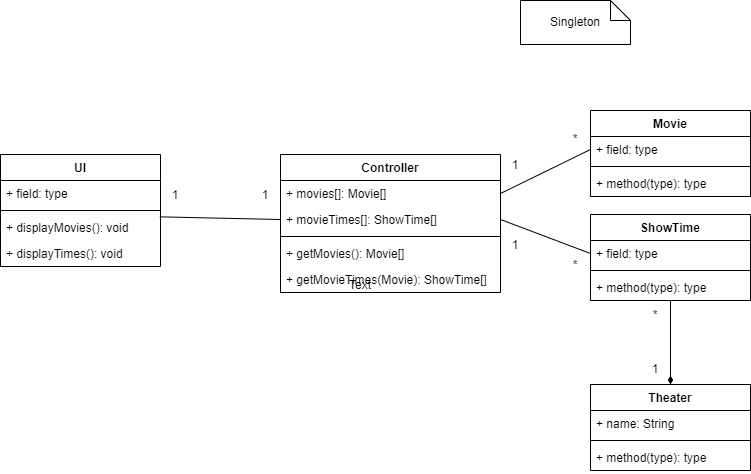
This is TheaterSystem/doc/SingletonClassDiagram.png from mscs-jacky/theater-system, a draw.io export, as it was before one commit. Source tidied: cells renumbered, new cells last; positions are measured from the earlier drawing's top-left corner, leaving out a move shared by most shapes. Source of this version:
```xml
<mxGraphModel>
  <root>
    <mxCell id="0" />
    <mxCell id="1" parent="0" />
    <mxCell id="2" value="UI" style="swimlane;fontStyle=1;align=center;verticalAlign=top;horizontal=1;startSize=26;" parent="1" vertex="1">
      <mxGeometry y="154" width="160" height="112" as="geometry" />
    </mxCell>
    <mxCell id="3" value="+ field: type" style="text;strokeColor=none;fillColor=none;align=left;verticalAlign=top;spacingLeft=4;spacingRight=4;overflow=hidden;" parent="2" vertex="1">
      <mxGeometry y="26" width="160" height="26" as="geometry" />
    </mxCell>
    <mxCell id="4" style="line;strokeWidth=1;fillColor=none;align=left;verticalAlign=middle;spacingTop=-1;spacingLeft=3;spacingRight=3;labelPosition=right;" parent="2" vertex="1">
      <mxGeometry y="52" width="160" height="8" as="geometry" />
    </mxCell>
    <mxCell id="5" value="+ displayMovies(): void" style="text;strokeColor=none;fillColor=none;align=left;verticalAlign=top;spacingLeft=4;spacingRight=4;overflow=hidden;points=[[0,0.5],[1,0.5]];portConstraint=eastwest;" parent="2" vertex="1">
      <mxGeometry y="60" width="160" height="26" as="geometry" />
    </mxCell>
    <mxCell id="6" value="+ displayTimes(): void" style="text;strokeColor=none;fillColor=none;align=left;verticalAlign=top;spacingLeft=4;spacingRight=4;overflow=hidden;" parent="2" vertex="1">
      <mxGeometry y="86" width="160" height="26" as="geometry" />
    </mxCell>
    <mxCell id="7" value="Controller" style="swimlane;fontStyle=1;align=center;verticalAlign=top;horizontal=1;startSize=26;" parent="1" vertex="1">
      <mxGeometry x="280" y="154" width="220" height="138" as="geometry" />
    </mxCell>
    <mxCell id="8" value="+ movies[]: Movie[]" style="text;strokeColor=none;fillColor=none;align=left;verticalAlign=top;spacingLeft=4;spacingRight=4;overflow=hidden;points=[[0,0.5],[1,0.5]];portConstraint=eastwest;" parent="7" vertex="1">
      <mxGeometry y="26" width="220" height="26" as="geometry" />
    </mxCell>
    <mxCell id="9" value="+ movieTimes[]: ShowTime[]" style="text;strokeColor=none;fillColor=none;align=left;verticalAlign=top;spacingLeft=4;spacingRight=4;overflow=hidden;points=[[0,0.5],[1,0.5]];portConstraint=eastwest;" parent="7" vertex="1">
      <mxGeometry y="52" width="220" height="26" as="geometry" />
    </mxCell>
    <mxCell id="10" style="line;strokeWidth=1;fillColor=none;align=left;verticalAlign=middle;spacingTop=-1;spacingLeft=3;spacingRight=3;labelPosition=right;" parent="7" vertex="1">
      <mxGeometry y="78" width="220" height="8" as="geometry" />
    </mxCell>
    <mxCell id="11" value="+ getMovies(): Movie[]" style="text;strokeColor=none;fillColor=none;align=left;verticalAlign=top;spacingLeft=4;spacingRight=4;overflow=hidden;" parent="7" vertex="1">
      <mxGeometry y="86" width="220" height="26" as="geometry" />
    </mxCell>
    <mxCell id="12" value="+ getMovieTimes(Movie): ShowTime[] " style="text;strokeColor=none;fillColor=none;align=left;verticalAlign=top;spacingLeft=4;spacingRight=4;overflow=hidden;" parent="7" vertex="1">
      <mxGeometry y="112" width="220" height="26" as="geometry" />
    </mxCell>
    <mxCell id="13" value="Movie" style="swimlane;fontStyle=1;align=center;verticalAlign=top;horizontal=1;startSize=26;" parent="1" vertex="1">
      <mxGeometry x="590" y="110" width="160" height="86" as="geometry" />
    </mxCell>
    <mxCell id="14" value="+ field: type" style="text;strokeColor=none;fillColor=none;align=left;verticalAlign=top;spacingLeft=4;spacingRight=4;overflow=hidden;points=[[0,0.5],[1,0.5]];portConstraint=eastwest;" parent="13" vertex="1">
      <mxGeometry y="26" width="160" height="26" as="geometry" />
    </mxCell>
    <mxCell id="15" style="line;strokeWidth=1;fillColor=none;align=left;verticalAlign=middle;spacingTop=-1;spacingLeft=3;spacingRight=3;labelPosition=right;" parent="13" vertex="1">
      <mxGeometry y="52" width="160" height="8" as="geometry" />
    </mxCell>
    <mxCell id="16" value="+ method(type): type" style="text;strokeColor=none;fillColor=none;align=left;verticalAlign=top;spacingLeft=4;spacingRight=4;overflow=hidden;points=[[0,0.5],[1,0.5]];portConstraint=eastwest;" parent="13" vertex="1">
      <mxGeometry y="60" width="160" height="26" as="geometry" />
    </mxCell>
    <mxCell id="17" value="ShowTime" style="swimlane;fontStyle=1;align=center;verticalAlign=top;horizontal=1;startSize=26;" parent="1" vertex="1">
      <mxGeometry x="590" y="214" width="160" height="86" as="geometry" />
    </mxCell>
    <mxCell id="18" value="+ field: type" style="text;strokeColor=none;fillColor=none;align=left;verticalAlign=top;spacingLeft=4;spacingRight=4;overflow=hidden;points=[[0,0.5],[1,0.5]];portConstraint=eastwest;" parent="17" vertex="1">
      <mxGeometry y="26" width="160" height="26" as="geometry" />
    </mxCell>
    <mxCell id="19" style="line;strokeWidth=1;fillColor=none;align=left;verticalAlign=middle;spacingTop=-1;spacingLeft=3;spacingRight=3;labelPosition=right;" parent="17" vertex="1">
      <mxGeometry y="52" width="160" height="8" as="geometry" />
    </mxCell>
    <mxCell id="20" value="+ method(type): type" style="text;strokeColor=none;fillColor=none;align=left;verticalAlign=top;spacingLeft=4;spacingRight=4;overflow=hidden;points=[[0,0.5],[1,0.5]];portConstraint=eastwest;" parent="17" vertex="1">
      <mxGeometry y="60" width="160" height="26" as="geometry" />
    </mxCell>
    <mxCell id="21" style="endArrow=none;html=1;rounded=0;exitX=0.996;exitY=0.09;exitDx=0;exitDy=0;exitPerimeter=0;entryX=0;entryY=0.5;entryDx=0;entryDy=0;" parent="1" edge="1" source="5" target="9">
      <mxGeometry relative="1" as="geometry" />
    </mxCell>
    <mxCell id="22" style="endArrow=none;html=1;rounded=0;entryX=1;entryY=0.5;entryDx=0;entryDy=0;exitX=0;exitY=0.5;exitDx=0;exitDy=0;" parent="1" edge="1" source="14" target="8">
      <mxGeometry relative="1" as="geometry" />
    </mxCell>
    <mxCell id="23" style="endArrow=none;html=1;rounded=0;entryX=0;entryY=0.5;entryDx=0;entryDy=0;exitX=1;exitY=0.5;exitDx=0;exitDy=0;" parent="1" edge="1" source="9" target="18">
      <mxGeometry relative="1" as="geometry" />
    </mxCell>
    <mxCell id="24" style="edgeStyle=orthogonalEdgeStyle;rounded=0;jettySize=auto;html=1;exitX=0.5;exitY=0;exitDx=0;exitDy=0;entryX=0.5;entryY=0.987;entryDx=0;entryDy=0;entryPerimeter=0;endArrow=none;endFill=0;startArrow=diamondThin;startFill=1;" parent="1" edge="1" source="25" target="20">
      <mxGeometry relative="1" as="geometry" />
    </mxCell>
    <mxCell id="25" value="Theater" style="swimlane;fontStyle=1;align=center;verticalAlign=top;horizontal=1;startSize=26;" parent="1" vertex="1">
      <mxGeometry x="590" y="384" width="160" height="86" as="geometry" />
    </mxCell>
    <mxCell id="26" value="+ name: String" style="text;strokeColor=none;fillColor=none;align=left;verticalAlign=top;spacingLeft=4;spacingRight=4;overflow=hidden;" parent="25" vertex="1">
      <mxGeometry y="26" width="160" height="26" as="geometry" />
    </mxCell>
    <mxCell id="27" style="line;strokeWidth=1;fillColor=none;align=left;verticalAlign=middle;spacingTop=-1;spacingLeft=3;spacingRight=3;labelPosition=right;" parent="25" vertex="1">
      <mxGeometry y="52" width="160" height="8" as="geometry" />
    </mxCell>
    <mxCell id="28" value="+ method(type): type" style="text;strokeColor=none;fillColor=none;align=left;verticalAlign=top;spacingLeft=4;spacingRight=4;overflow=hidden;" parent="25" vertex="1">
      <mxGeometry y="60" width="160" height="26" as="geometry" />
    </mxCell>
    <mxCell id="29" value="Singleton" style="shape=note;size=20;whiteSpace=wrap;html=1;" parent="1" vertex="1">
      <mxGeometry x="520" width="110" height="44" as="geometry" />
    </mxCell>
    <mxCell id="30" value="Text" style="text;html=1;strokeColor=none;fillColor=none;align=center;verticalAlign=middle;whiteSpace=wrap;rounded=0;" parent="1" vertex="1">
      <mxGeometry x="330" y="270" width="60" height="30" as="geometry" />
    </mxCell>
    <mxCell id="31" value="1" style="text;html=1;strokeColor=none;fillColor=none;align=center;verticalAlign=middle;whiteSpace=wrap;rounded=0;" parent="1" vertex="1">
      <mxGeometry x="160" y="180" width="30" height="30" as="geometry" />
    </mxCell>
    <mxCell id="32" value="1" style="text;html=1;strokeColor=none;fillColor=none;align=center;verticalAlign=middle;whiteSpace=wrap;rounded=0;" parent="1" vertex="1">
      <mxGeometry x="250" y="180" width="30" height="30" as="geometry" />
    </mxCell>
    <mxCell id="33" value="1" style="text;html=1;strokeColor=none;fillColor=none;align=center;verticalAlign=middle;whiteSpace=wrap;rounded=0;" parent="1" vertex="1">
      <mxGeometry x="500" y="230" width="30" height="30" as="geometry" />
    </mxCell>
    <mxCell id="34" value="1" style="text;html=1;strokeColor=none;fillColor=none;align=center;verticalAlign=middle;whiteSpace=wrap;rounded=0;" parent="1" vertex="1">
      <mxGeometry x="500" y="150" width="30" height="30" as="geometry" />
    </mxCell>
    <mxCell id="35" value="*" style="text;html=1;strokeColor=none;fillColor=none;align=center;verticalAlign=middle;whiteSpace=wrap;rounded=0;" parent="1" vertex="1">
      <mxGeometry x="560" y="250" width="30" height="30" as="geometry" />
    </mxCell>
    <mxCell id="36" value="*" style="text;html=1;strokeColor=none;fillColor=none;align=center;verticalAlign=middle;whiteSpace=wrap;rounded=0;" parent="1" vertex="1">
      <mxGeometry x="560" y="124" width="30" height="30" as="geometry" />
    </mxCell>
    <mxCell id="37" value="*" style="text;html=1;strokeColor=none;fillColor=none;align=center;verticalAlign=middle;whiteSpace=wrap;rounded=0;" parent="1" vertex="1">
      <mxGeometry x="640" y="300" width="30" height="30" as="geometry" />
    </mxCell>
    <mxCell id="38" value="1" style="text;html=1;strokeColor=none;fillColor=none;align=center;verticalAlign=middle;whiteSpace=wrap;rounded=0;" parent="1" vertex="1">
      <mxGeometry x="640" y="354" width="30" height="30" as="geometry" />
    </mxCell>
  </root>
</mxGraphModel>
```
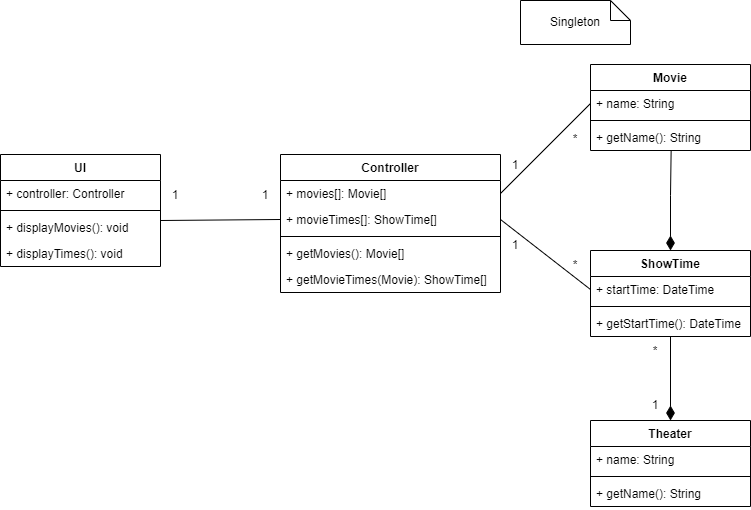
The same diagram one commit later.

Commit message:
More Singleton Diagrams

Diff of the diagram source:
```diff
@@ -5,7 +5,7 @@
     <mxCell id="2" value="UI" style="swimlane;fontStyle=1;align=center;verticalAlign=top;horizontal=1;startSize=26;" parent="1" vertex="1">
       <mxGeometry y="154" width="160" height="112" as="geometry" />
     </mxCell>
-    <mxCell id="3" value="+ field: type" style="text;strokeColor=none;fillColor=none;align=left;verticalAlign=top;spacingLeft=4;spacingRight=4;overflow=hidden;" parent="2" vertex="1">
+    <mxCell id="3" value="+ controller: Controller" style="text;strokeColor=none;fillColor=none;align=left;verticalAlign=top;spacingLeft=4;spacingRight=4;overflow=hidden;" parent="2" vertex="1">
       <mxGeometry y="26" width="160" height="26" as="geometry" />
     </mxCell>
     <mxCell id="4" style="line;strokeWidth=1;fillColor=none;align=left;verticalAlign=middle;spacingTop=-1;spacingLeft=3;spacingRight=3;labelPosition=right;" parent="2" vertex="1">
@@ -36,31 +36,36 @@
       <mxGeometry y="112" width="220" height="26" as="geometry" />
     </mxCell>
     <mxCell id="13" value="Movie" style="swimlane;fontStyle=1;align=center;verticalAlign=top;horizontal=1;startSize=26;" parent="1" vertex="1">
-      <mxGeometry x="590" y="110" width="160" height="86" as="geometry" />
+      <mxGeometry x="590" y="64" width="160" height="86" as="geometry" />
     </mxCell>
-    <mxCell id="14" value="+ field: type" style="text;strokeColor=none;fillColor=none;align=left;verticalAlign=top;spacingLeft=4;spacingRight=4;overflow=hidden;points=[[0,0.5],[1,0.5]];portConstraint=eastwest;" parent="13" vertex="1">
+    <mxCell id="14" value="+ name: String" style="text;strokeColor=none;fillColor=none;align=left;verticalAlign=top;spacingLeft=4;spacingRight=4;overflow=hidden;points=[[0,0.5],[1,0.5]];portConstraint=eastwest;" parent="13" vertex="1">
       <mxGeometry y="26" width="160" height="26" as="geometry" />
     </mxCell>
     <mxCell id="15" style="line;strokeWidth=1;fillColor=none;align=left;verticalAlign=middle;spacingTop=-1;spacingLeft=3;spacingRight=3;labelPosition=right;" parent="13" vertex="1">
       <mxGeometry y="52" width="160" height="8" as="geometry" />
     </mxCell>
-    <mxCell id="16" value="+ method(type): type" style="text;strokeColor=none;fillColor=none;align=left;verticalAlign=top;spacingLeft=4;spacingRight=4;overflow=hidden;points=[[0,0.5],[1,0.5]];portConstraint=eastwest;" parent="13" vertex="1">
+    <mxCell id="16" value="+ getName(): String" style="text;strokeColor=none;fillColor=none;align=left;verticalAlign=top;spacingLeft=4;spacingRight=4;overflow=hidden;points=[[0,0.5],[1,0.5]];portConstraint=eastwest;" parent="13" vertex="1">
       <mxGeometry y="60" width="160" height="26" as="geometry" />
     </mxCell>
+    <mxCell id="39" style="edgeStyle=orthogonalEdgeStyle;rounded=0;jettySize=auto;html=1;exitX=0.5;exitY=0;exitDx=0;exitDy=0;entryX=0.504;entryY=0.987;entryDx=0;entryDy=0;entryPerimeter=0;endArrow=none;endFill=0;startArrow=diamondThin;startFill=1;startSize=12;" parent="1" edge="1" source="17" target="16">
+      <mxGeometry relative="1" as="geometry" />
+    </mxCell>
     <mxCell id="17" value="ShowTime" style="swimlane;fontStyle=1;align=center;verticalAlign=top;horizontal=1;startSize=26;" parent="1" vertex="1">
-      <mxGeometry x="590" y="214" width="160" height="86" as="geometry" />
+      <mxGeometry x="590" y="250" width="160" height="86" as="geometry" />
     </mxCell>
-    <mxCell id="18" value="+ field: type" style="text;strokeColor=none;fillColor=none;align=left;verticalAlign=top;spacingLeft=4;spacingRight=4;overflow=hidden;points=[[0,0.5],[1,0.5]];portConstraint=eastwest;" parent="17" vertex="1">
+    <mxCell id="18" value="+ startTime: DateTime" style="text;strokeColor=none;fillColor=none;align=left;verticalAlign=top;spacingLeft=4;spacingRight=4;overflow=hidden;points=[[0,0.5],[1,0.5]];portConstraint=eastwest;" parent="17" vertex="1">
       <mxGeometry y="26" width="160" height="26" as="geometry" />
     </mxCell>
     <mxCell id="19" style="line;strokeWidth=1;fillColor=none;align=left;verticalAlign=middle;spacingTop=-1;spacingLeft=3;spacingRight=3;labelPosition=right;" parent="17" vertex="1">
       <mxGeometry y="52" width="160" height="8" as="geometry" />
     </mxCell>
-    <mxCell id="20" value="+ method(type): type" style="text;strokeColor=none;fillColor=none;align=left;verticalAlign=top;spacingLeft=4;spacingRight=4;overflow=hidden;points=[[0,0.5],[1,0.5]];portConstraint=eastwest;" parent="17" vertex="1">
+    <mxCell id="20" value="+ getStartTime(): DateTime" style="text;strokeColor=none;fillColor=none;align=left;verticalAlign=top;spacingLeft=4;spacingRight=4;overflow=hidden;points=[[0,0.5],[1,0.5]];portConstraint=eastwest;" parent="17" vertex="1">
       <mxGeometry y="60" width="160" height="26" as="geometry" />
     </mxCell>
-    <mxCell id="21" style="endArrow=none;html=1;rounded=0;exitX=0.996;exitY=0.09;exitDx=0;exitDy=0;exitPerimeter=0;entryX=0;entryY=0.5;entryDx=0;entryDy=0;" parent="1" edge="1" source="5" target="9">
-      <mxGeometry relative="1" as="geometry" />
+    <mxCell id="21" style="endArrow=none;html=1;rounded=0;entryX=0;entryY=0.5;entryDx=0;entryDy=0;" parent="1" edge="1" target="9">
+      <mxGeometry relative="1" as="geometry">
+        <mxPoint x="160" y="220" as="sourcePoint" />
+      </mxGeometry>
     </mxCell>
     <mxCell id="22" style="endArrow=none;html=1;rounded=0;entryX=1;entryY=0.5;entryDx=0;entryDy=0;exitX=0;exitY=0.5;exitDx=0;exitDy=0;" parent="1" edge="1" source="14" target="8">
       <mxGeometry relative="1" as="geometry" />
@@ -68,11 +73,11 @@
     <mxCell id="23" style="endArrow=none;html=1;rounded=0;entryX=0;entryY=0.5;entryDx=0;entryDy=0;exitX=1;exitY=0.5;exitDx=0;exitDy=0;" parent="1" edge="1" source="9" target="18">
       <mxGeometry relative="1" as="geometry" />
     </mxCell>
-    <mxCell id="24" style="edgeStyle=orthogonalEdgeStyle;rounded=0;jettySize=auto;html=1;exitX=0.5;exitY=0;exitDx=0;exitDy=0;entryX=0.5;entryY=0.987;entryDx=0;entryDy=0;entryPerimeter=0;endArrow=none;endFill=0;startArrow=diamondThin;startFill=1;" parent="1" edge="1" source="25" target="20">
+    <mxCell id="24" style="edgeStyle=orthogonalEdgeStyle;rounded=0;jettySize=auto;html=1;exitX=0.5;exitY=0;exitDx=0;exitDy=0;entryX=0.5;entryY=0.987;entryDx=0;entryDy=0;entryPerimeter=0;endArrow=none;endFill=0;startArrow=diamondThin;startFill=1;startSize=12;" parent="1" edge="1" source="25" target="20">
       <mxGeometry relative="1" as="geometry" />
     </mxCell>
     <mxCell id="25" value="Theater" style="swimlane;fontStyle=1;align=center;verticalAlign=top;horizontal=1;startSize=26;" parent="1" vertex="1">
-      <mxGeometry x="590" y="384" width="160" height="86" as="geometry" />
+      <mxGeometry x="590" y="420" width="160" height="86" as="geometry" />
     </mxCell>
     <mxCell id="26" value="+ name: String" style="text;strokeColor=none;fillColor=none;align=left;verticalAlign=top;spacingLeft=4;spacingRight=4;overflow=hidden;" parent="25" vertex="1">
       <mxGeometry y="26" width="160" height="26" as="geometry" />
@@ -80,15 +85,12 @@
     <mxCell id="27" style="line;strokeWidth=1;fillColor=none;align=left;verticalAlign=middle;spacingTop=-1;spacingLeft=3;spacingRight=3;labelPosition=right;" parent="25" vertex="1">
       <mxGeometry y="52" width="160" height="8" as="geometry" />
     </mxCell>
-    <mxCell id="28" value="+ method(type): type" style="text;strokeColor=none;fillColor=none;align=left;verticalAlign=top;spacingLeft=4;spacingRight=4;overflow=hidden;" parent="25" vertex="1">
+    <mxCell id="28" value="+ getName(): String" style="text;strokeColor=none;fillColor=none;align=left;verticalAlign=top;spacingLeft=4;spacingRight=4;overflow=hidden;" parent="25" vertex="1">
       <mxGeometry y="60" width="160" height="26" as="geometry" />
     </mxCell>
     <mxCell id="29" value="Singleton" style="shape=note;size=20;whiteSpace=wrap;html=1;" parent="1" vertex="1">
       <mxGeometry x="520" width="110" height="44" as="geometry" />
     </mxCell>
-    <mxCell id="30" value="Text" style="text;html=1;strokeColor=none;fillColor=none;align=center;verticalAlign=middle;whiteSpace=wrap;rounded=0;" parent="1" vertex="1">
-      <mxGeometry x="330" y="270" width="60" height="30" as="geometry" />
-    </mxCell>
     <mxCell id="31" value="1" style="text;html=1;strokeColor=none;fillColor=none;align=center;verticalAlign=middle;whiteSpace=wrap;rounded=0;" parent="1" vertex="1">
       <mxGeometry x="160" y="180" width="30" height="30" as="geometry" />
     </mxCell>
@@ -108,10 +110,10 @@
       <mxGeometry x="560" y="124" width="30" height="30" as="geometry" />
     </mxCell>
     <mxCell id="37" value="*" style="text;html=1;strokeColor=none;fillColor=none;align=center;verticalAlign=middle;whiteSpace=wrap;rounded=0;" parent="1" vertex="1">
-      <mxGeometry x="640" y="300" width="30" height="30" as="geometry" />
+      <mxGeometry x="640" y="336" width="30" height="30" as="geometry" />
     </mxCell>
     <mxCell id="38" value="1" style="text;html=1;strokeColor=none;fillColor=none;align=center;verticalAlign=middle;whiteSpace=wrap;rounded=0;" parent="1" vertex="1">
-      <mxGeometry x="640" y="354" width="30" height="30" as="geometry" />
+      <mxGeometry x="640" y="390" width="30" height="30" as="geometry" />
     </mxCell>
   </root>
 </mxGraphModel>
```
